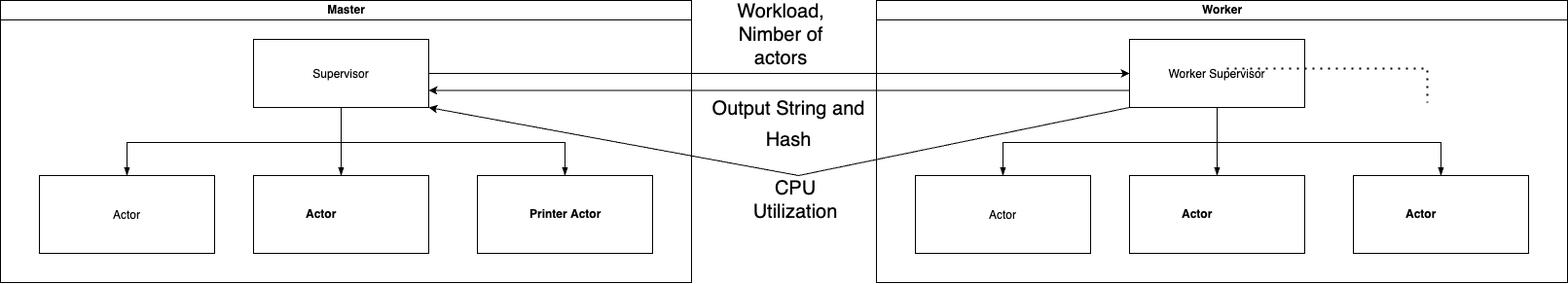
Before: bitcoin-miner/BitcoinMiner.png, a diagram exported from draw.io (anmbajaj/DOSPFall2022). Source tidied: cells renumbered, new cells last; positions are measured from the earlier drawing's top-left corner, leaving out a move shared by most shapes.
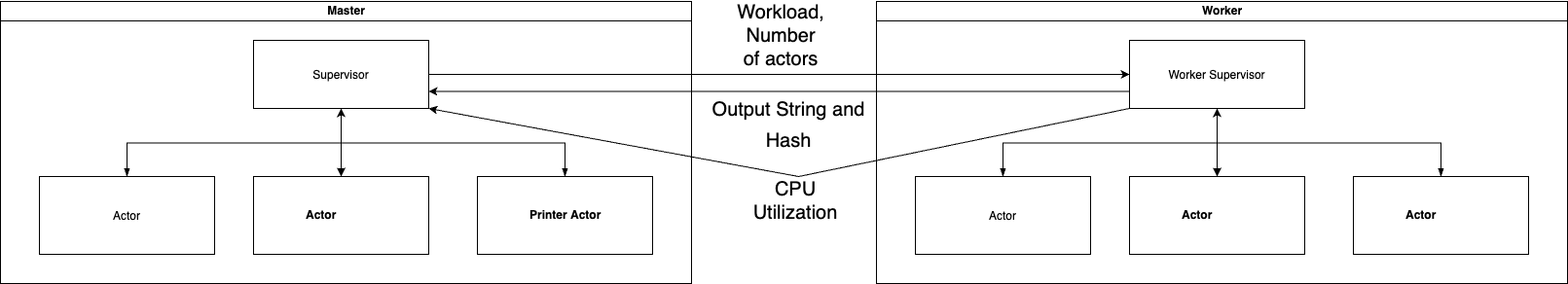
The same diagram one commit later.

Commit message:
Architecture modifications

The edit, as a diff of the source:
```diff
@@ -34,16 +34,7 @@
         <mxGeometry x="490" y="180" width="180" height="80" as="geometry" />
       </mxCell>
     </object>
-    <mxCell id="10" style="endArrow=none;dashed=1;html=1;dashPattern=1 3;strokeWidth=2;rounded=0;entryX=0.5;entryY=0;entryDx=0;entryDy=0;" parent="1" edge="1">
-      <mxGeometry relative="1" as="geometry">
-        <mxPoint x="1260" y="70" as="sourcePoint" />
-        <mxPoint x="1466" y="105" as="targetPoint" />
-        <Array as="points">
-          <mxPoint x="1466" y="70" />
-        </Array>
-      </mxGeometry>
-    </mxCell>
-    <mxCell id="11" value="&lt;font style=&quot;font-size: 20px;&quot;&gt;Workload, Nimber of actors&lt;/font&gt;" style="text;html=1;strokeColor=none;fillColor=none;align=center;verticalAlign=middle;whiteSpace=wrap;rounded=0;shadow=0;glass=0;" parent="1" vertex="1">
+    <mxCell id="11" value="&lt;font style=&quot;font-size: 20px;&quot;&gt;Workload, Number of actors&lt;/font&gt;" style="text;html=1;strokeColor=none;fillColor=none;align=center;verticalAlign=middle;whiteSpace=wrap;rounded=0;shadow=0;glass=0;" parent="1" vertex="1">
       <mxGeometry x="757" y="10" width="90" height="50" as="geometry" />
     </mxCell>
     <mxCell id="12" value="&lt;font style=&quot;font-size: 20px;&quot;&gt;Output String and Hash&lt;/font&gt;" style="text;html=1;strokeColor=none;fillColor=none;align=center;verticalAlign=middle;whiteSpace=wrap;rounded=0;shadow=0;glass=0;fontSize=26;" parent="1" vertex="1">
@@ -81,6 +72,9 @@
         <mxGeometry x="490" y="180" width="180" height="80" as="geometry" />
       </mxCell>
     </object>
+    <mxCell id="25" style="endArrow=classic;startArrow=classic;html=1;rounded=0;fontSize=20;entryX=0.5;entryY=1;entryDx=0;entryDy=0;exitX=0.5;exitY=0;exitDx=0;exitDy=0;" parent="13" edge="1" source="18" target="14">
+      <mxGeometry relative="1" as="geometry" />
+    </mxCell>
     <mxCell id="21" style="endArrow=classic;html=1;rounded=0;exitX=1;exitY=0.5;exitDx=0;exitDy=0;entryX=0;entryY=0.5;entryDx=0;entryDy=0;" parent="1" edge="1" source="3" target="14">
       <mxGeometry relative="1" as="geometry" />
     </mxCell>
@@ -97,5 +91,10 @@
     <mxCell id="24" value="CPU Utilization" style="text;html=1;strokeColor=none;fillColor=none;align=center;verticalAlign=middle;whiteSpace=wrap;rounded=0;fontSize=20;" parent="1" vertex="1">
       <mxGeometry x="787" y="190" width="60" height="30" as="geometry" />
     </mxCell>
+    <mxCell id="26" style="endArrow=classic;startArrow=classic;html=1;rounded=0;fontSize=20;exitX=0.5;exitY=0;exitDx=0;exitDy=0;" parent="1" edge="1" source="7">
+      <mxGeometry relative="1" as="geometry">
+        <mxPoint x="350" y="110" as="targetPoint" />
+      </mxGeometry>
+    </mxCell>
   </root>
 </mxGraphModel>
```
